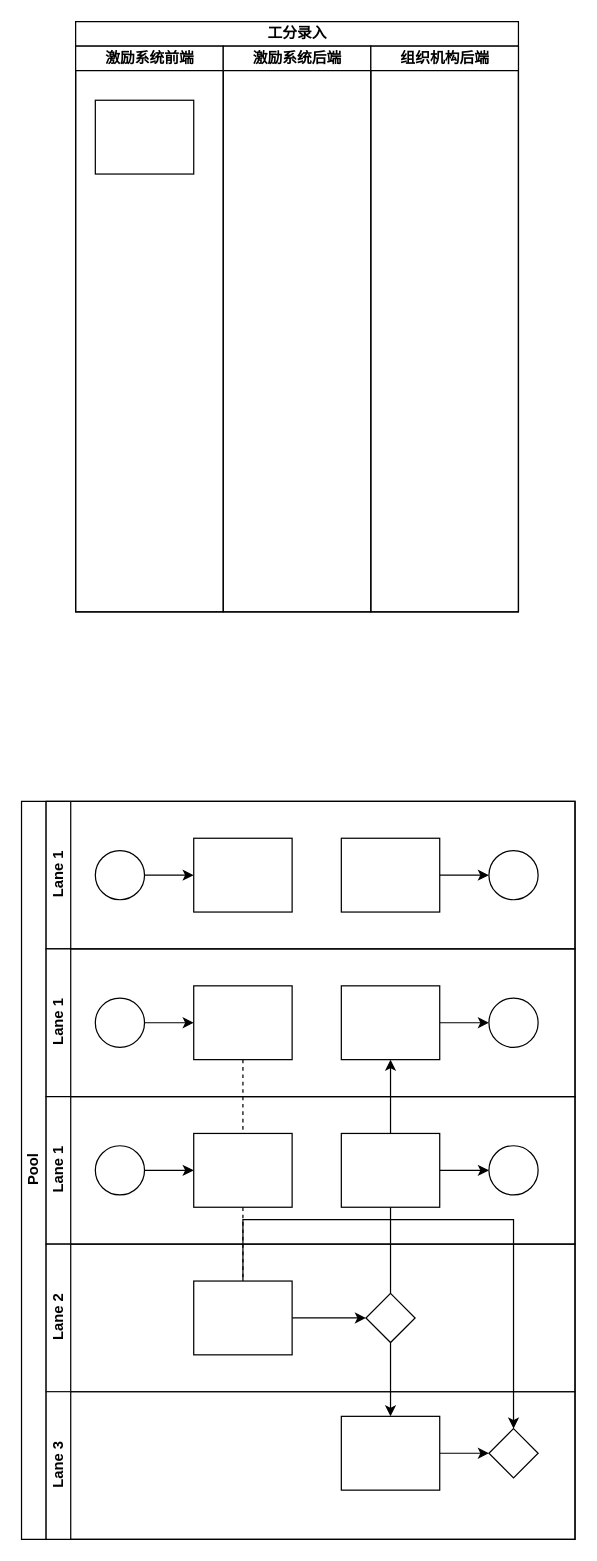
julingpu/coffee keeps this draw.io diagram as Untitled Diagram.drawio. Above is the earlier version. Source tidied: cells renumbered, new cells numbered last; positions are measured from the earlier drawing's top-left corner, leaving out a move shared by most shapes. Both pictures are drawn from the tidied source at 123%, with x=0, y=0 at pixel (21, 21).
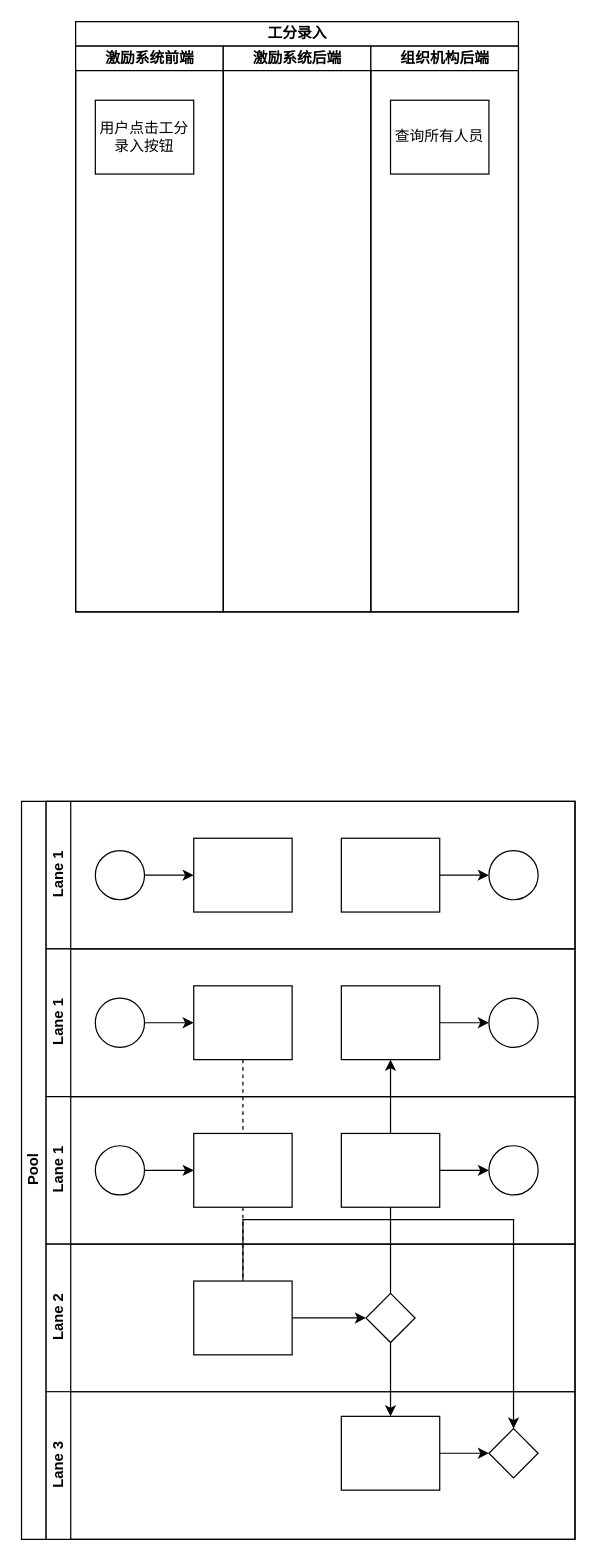
The same diagram, later.

Unchanged cells that the change refers to:
```xml
<mxCell id="37" value="激励系统前端" style="swimlane;html=1;startSize=20;" parent="36" vertex="1">
  <mxGeometry y="20" width="120" height="460" as="geometry" />
</mxCell>
<mxCell id="40" value="组织机构后端" style="swimlane;html=1;startSize=20;" parent="36" vertex="1">
  <mxGeometry x="240" y="20" width="120" height="460" as="geometry" />
</mxCell>
```

The edit, as a diff of the source:
```diff
@@
-    <mxCell id="38" style="rounded=0;whiteSpace=wrap;html=1;fontFamily=Helvetica;fontSize=12;fontColor=#000000;align=center;" parent="37" vertex="1">
+    <mxCell id="38" value="用户点击工分录入按钮" style="rounded=0;whiteSpace=wrap;html=1;fontFamily=Helvetica;fontSize=12;fontColor=#000000;align=center;" parent="37" vertex="1">
       <mxGeometry x="16" y="44" width="80" height="60" as="geometry" />
     </mxCell>
@@
+    <mxCell id="41" value="查询所有人员" style="rounded=0;whiteSpace=wrap;html=1;fontFamily=Helvetica;fontSize=12;fontColor=#000000;align=center;" parent="40" vertex="1">
+      <mxGeometry x="16" y="44" width="80" height="60" as="geometry" />
+    </mxCell>
```
